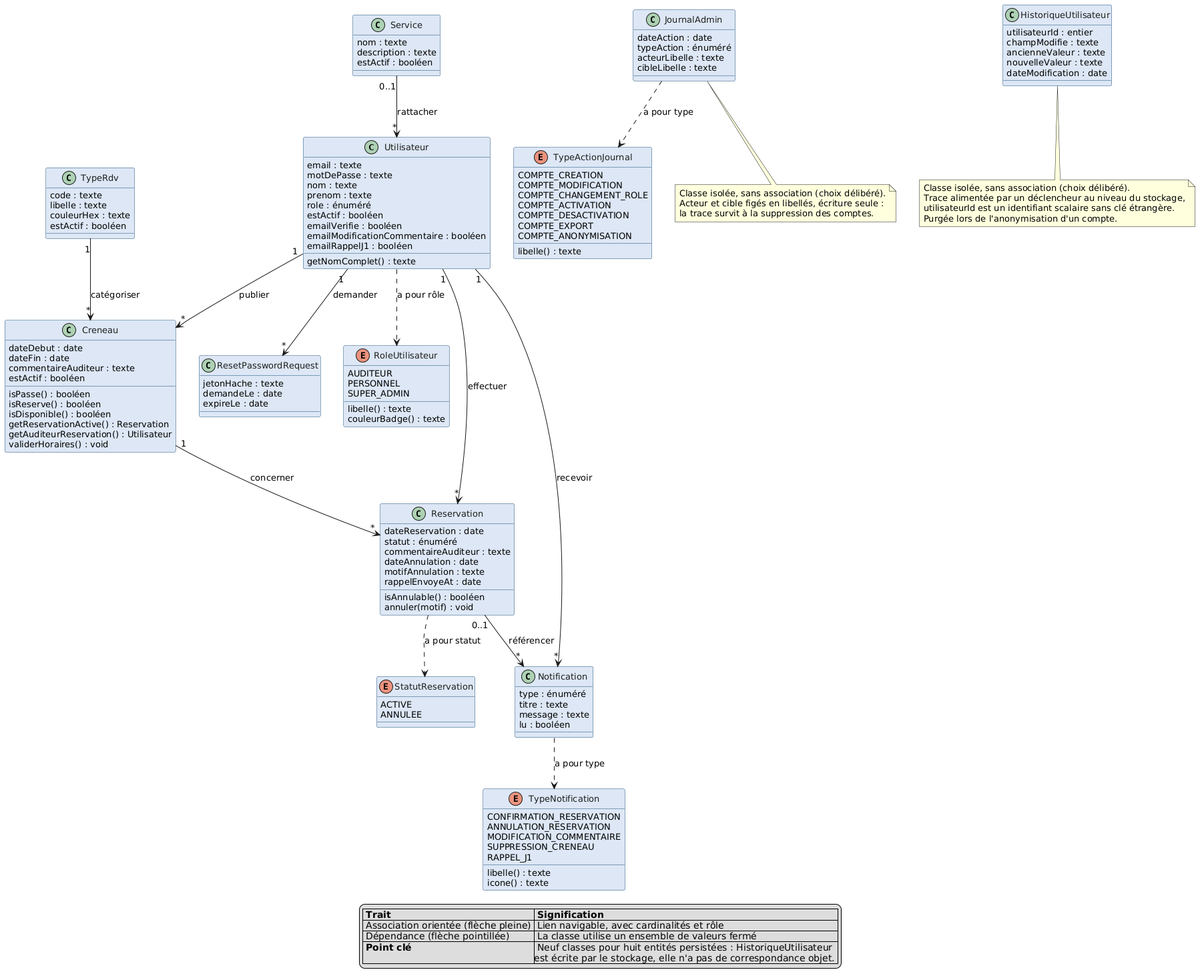
Before: docs/conception/diagrammes/diagramme-classes.png, a diagram exported from PlantUML (sgahovey/creaslot). Its diagram source:
```plantuml
@startuml diagramme-classes
skinparam shadowing false
skinparam defaultFontName Helvetica
skinparam defaultFontSize 13
skinparam class {
  BorderColor #1F4E79
  BackgroundColor #DCE7F5
  FontColor #1E1E1E
}
skinparam enum {
  BorderColor #1F4E79
  BackgroundColor #F1F3F5
  FontColor #1E1E1E
}

class Utilisateur {
  email : texte
  motDePasse : texte
  nom : texte
  prenom : texte
  role : énuméré
  estActif : booléen
  emailVerifie : booléen
  emailModificationCommentaire : booléen
  emailRappelJ1 : booléen
  getNomComplet() : texte
}

class Service {
  nom : texte
  description : texte
  estActif : booléen
}

class TypeRdv {
  code : texte
  libelle : texte
  couleurHex : texte
  estActif : booléen
}

class Creneau {
  dateDebut : date
  dateFin : date
  commentaireAuditeur : texte
  estActif : booléen
  isPasse() : booléen
  isReserve() : booléen
  isDisponible() : booléen
  getReservationActive() : Reservation
  getAuditeurReservation() : Utilisateur
  validerHoraires() : void
}

class Reservation {
  dateReservation : date
  statut : énuméré
  commentaireAuditeur : texte
  dateAnnulation : date
  motifAnnulation : texte
  rappelEnvoyeAt : date
  isAnnulable() : booléen
  annuler(motif) : void
}

class Notification {
  type : énuméré
  titre : texte
  message : texte
  lu : booléen
}

class ResetPasswordRequest {
  jetonHache : texte
  demandeLe : date
  expireLe : date
}

class JournalAdmin {
  dateAction : date
  typeAction : énuméré
  acteurLibelle : texte
  cibleLibelle : texte
}

class HistoriqueUtilisateur {
  utilisateurId : entier
  champModifie : texte
  ancienneValeur : texte
  nouvelleValeur : texte
  dateModification : date
}

enum RoleUtilisateur {
  AUDITEUR
  PERSONNEL
  SUPER_ADMIN
  libelle() : texte
  couleurBadge() : texte
}

enum StatutReservation {
  ACTIVE
  ANNULEE
}

enum TypeNotification {
  CONFIRMATION_RESERVATION
  ANNULATION_RESERVATION
  MODIFICATION_COMMENTAIRE
  SUPPRESSION_CRENEAU
  RAPPEL_J1
  libelle() : texte
  icone() : texte
}

enum TypeActionJournal {
  COMPTE_CREATION
  COMPTE_MODIFICATION
  COMPTE_CHANGEMENT_ROLE
  COMPTE_ACTIVATION
  COMPTE_DESACTIVATION
  COMPTE_EXPORT
  COMPTE_ANONYMISATION
  libelle() : texte
}

Service "0..1" --> "*" Utilisateur : rattacher
Utilisateur "1" --> "*" Creneau : publier
TypeRdv "1" --> "*" Creneau : catégoriser
Creneau "1" --> "*" Reservation : concerner
Utilisateur "1" --> "*" Reservation : effectuer
Utilisateur "1" --> "*" Notification : recevoir
Reservation "0..1" --> "*" Notification : référencer
Utilisateur "1" --> "*" ResetPasswordRequest : demander

Utilisateur ..> RoleUtilisateur : a pour rôle
Reservation ..> StatutReservation : a pour statut
Notification ..> TypeNotification : a pour type
JournalAdmin ..> TypeActionJournal : a pour type

note bottom of JournalAdmin
  Classe isolée, sans association (choix délibéré).
  Acteur et cible figés en libellés, écriture seule :
  la trace survit à la suppression des comptes.
end note

note bottom of HistoriqueUtilisateur
  Classe isolée, sans association (choix délibéré).
  Trace alimentée par un déclencheur au niveau du stockage,
  utilisateurId est un identifiant scalaire sans clé étrangère.
  Purgée lors de l'anonymisation d'un compte.
end note

legend bottom
|= Trait |= Signification |
| Association orientée (flèche pleine) | Lien navigable, avec cardinalités et rôle |
| Dépendance (flèche pointillée) | La classe utilise un ensemble de valeurs fermé |
| <b>Point clé</b> | Neuf classes pour huit entités persistées : HistoriqueUtilisateur\nest écrite par le stockage, elle n'a pas de correspondance objet. |
endlegend
@enduml
```
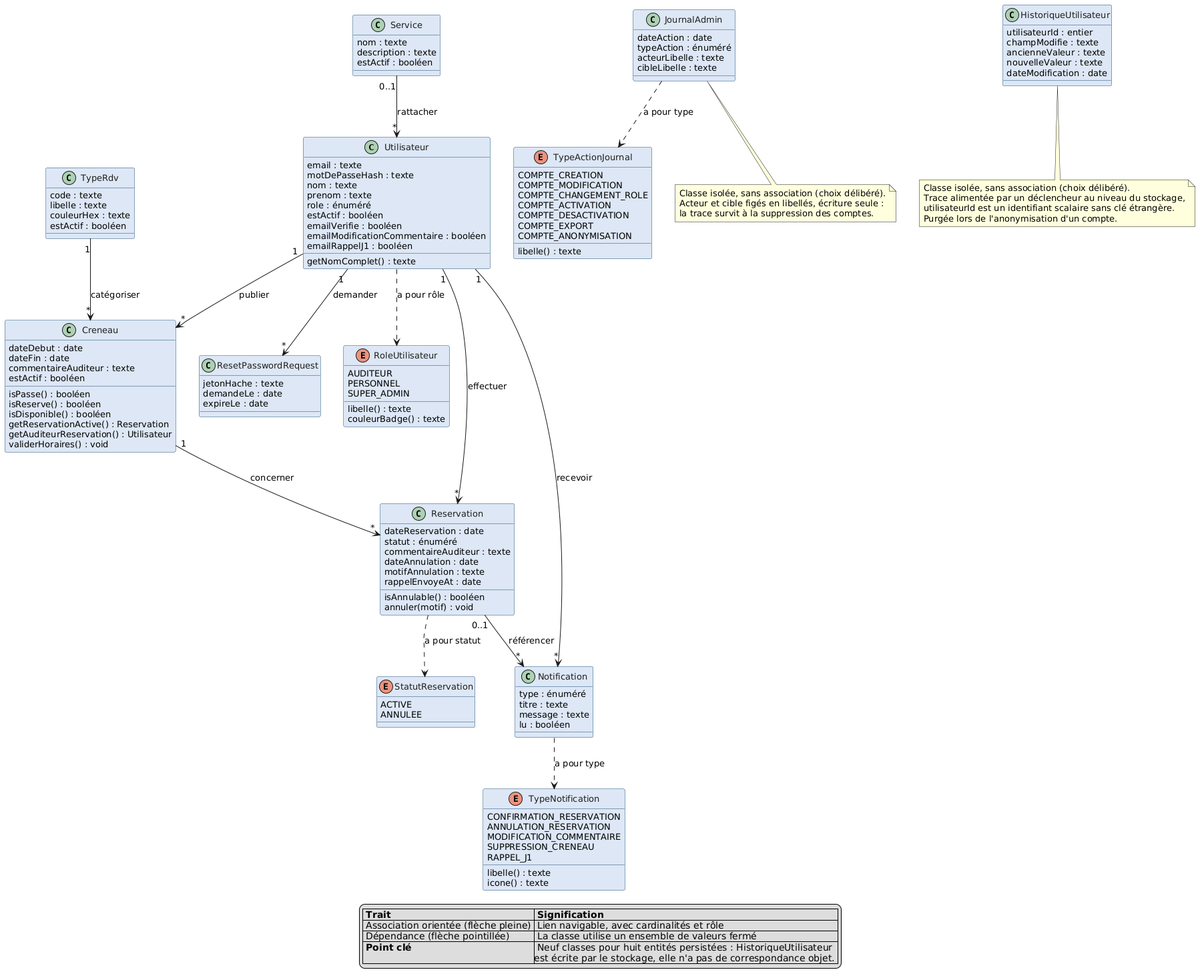
The same diagram one commit later.

Commit message:
docs: corrige l'audit OWASP et deux diagrammes perimes

The edit, as a diff of the source:
```diff
@@ -15,7 +15,7 @@
 
 class Utilisateur {
   email : texte
-  motDePasse : texte
+  motDePasseHash : texte
   nom : texte
   prenom : texte
   role : énuméré
```
